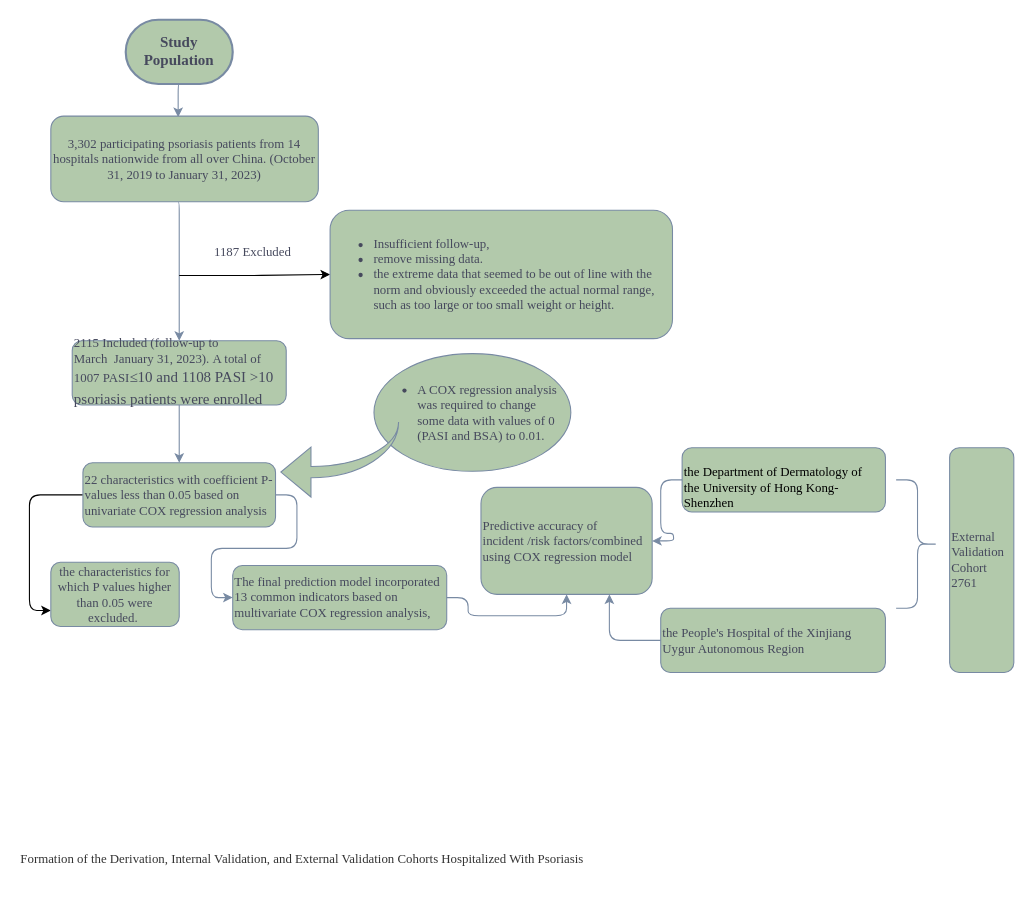
Before: psoriasis.drawio in pifu-dabai/DEA.R, a draw.io diagram. Source tidied: cells renumbered, new cells numbered last; positions are measured from the earlier drawing's top-left corner, leaving out a move shared by most shapes. Both pictures are drawn from the tidied source at 107%, with x=0, y=0 at pixel (18, 19).
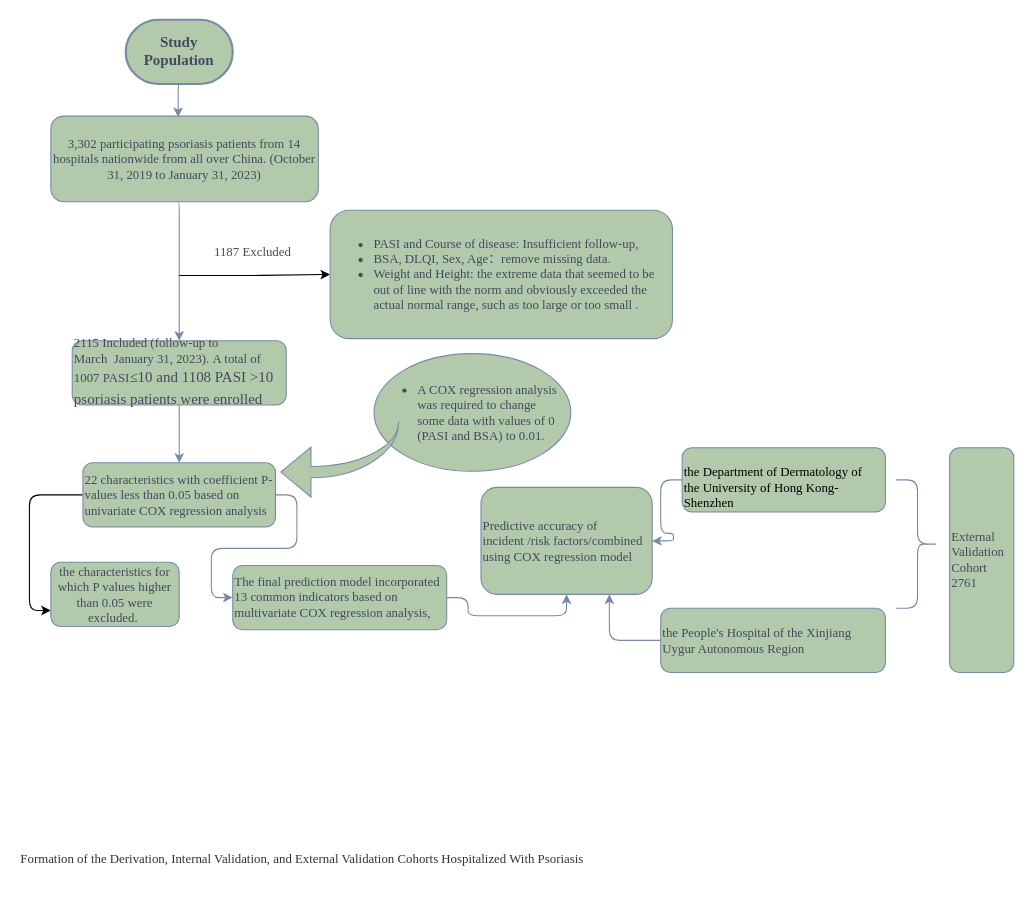
After the change.

The edit, as a diff of the source:
```diff
@@
-    <mxCell id="20" value="&lt;div style=&quot;border-color: var(--border-color); text-align: left;&quot;&gt;&lt;ul&gt;&lt;li&gt;&lt;span style=&quot;&quot;&gt;Insufficient follow-up,&lt;/span&gt;&lt;br&gt;&lt;/li&gt;&lt;li&gt;&lt;font&gt;remove missing data.&amp;nbsp;&lt;/font&gt;&lt;/li&gt;&lt;li&gt;&lt;font&gt;the extreme data that seemed to be out of line with the norm and obviously exceeded the actual normal range, such as too large or too small weight or height.&lt;/font&gt;&lt;/li&gt;&lt;/ul&gt;&lt;/div&gt;" style="rounded=1;whiteSpace=wrap;html=1;fontFamily=Times New Roman;labelBackgroundColor=none;verticalAlign=middle;labelBorderColor=none;fillColor=#B2C9AB;strokeColor=#788AA3;fontColor=#46495D;" parent="1" vertex="1">
+    <mxCell id="20" value="&lt;div style=&quot;border-color: var(--border-color); text-align: left;&quot;&gt;&lt;ul&gt;&lt;li&gt;&lt;span style=&quot;&quot;&gt;PASI and Course of disease: Insufficient follow-up,&lt;/span&gt;&lt;br&gt;&lt;/li&gt;&lt;li&gt;&lt;font&gt;BSA, DLQI, Sex, Age：remove missing data.&amp;nbsp;&lt;/font&gt;&lt;/li&gt;&lt;li&gt;&lt;font&gt;Weight and Height: the extreme data that seemed to be out of line with the norm and obviously exceeded the actual normal range, such as too large or too small .&lt;/font&gt;&lt;/li&gt;&lt;/ul&gt;&lt;/div&gt;" style="rounded=1;whiteSpace=wrap;html=1;fontFamily=Times New Roman;labelBackgroundColor=none;verticalAlign=middle;labelBorderColor=none;fillColor=#B2C9AB;strokeColor=#788AA3;fontColor=#46495D;" parent="1" vertex="1">
       <mxGeometry x="291" y="178" width="320" height="120" as="geometry" />
     </mxCell>
```
